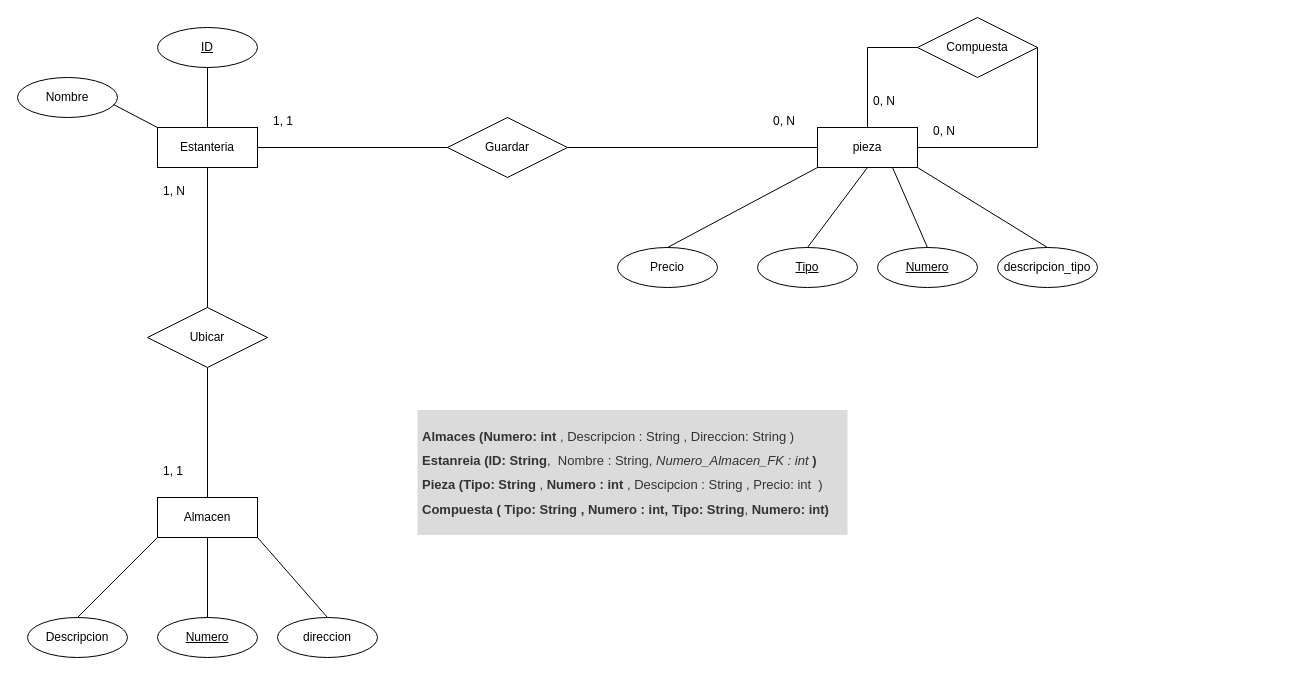
jordimall/jmg-tsys-ta12diagramasER-drawio-111023 keeps this draw.io diagram as Actividad_05_C3_UD12.drawio. Above is the earlier version. Source tidied: cells renumbered, new cells numbered last; positions are measured from the earlier drawing's top-left corner, leaving out a move shared by most shapes. Both pictures are drawn from the tidied source at 100%, with x=0, y=0 at pixel (17, 17).
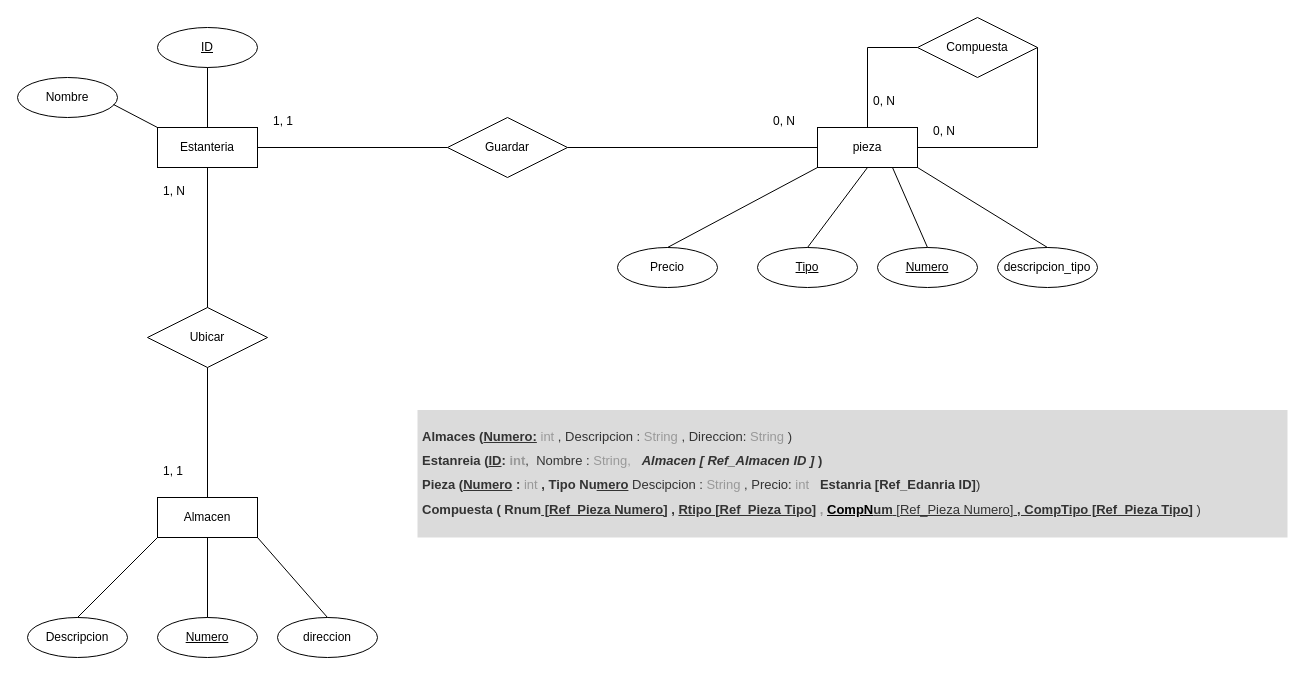
The same diagram, later.

The edit, as a diff of the source:
```diff
@@
-    <mxCell id="38" value="&lt;h1 style=&quot;font-size: 13px;&quot;&gt;&lt;span style=&quot;background-color: initial;&quot;&gt;Almaces (Numero: int&lt;/span&gt;&lt;span style=&quot;background-color: initial; font-weight: normal;&quot;&gt; , Descripcion : String , Direccion: String )&lt;/span&gt;&lt;/h1&gt;&lt;div&gt;&lt;h1 style=&quot;border-color: var(--border-color); font-size: 13px;&quot;&gt;&lt;font style=&quot;border-color: var(--border-color);&quot;&gt;Estanreia (ID: String&lt;/font&gt;&lt;font style=&quot;border-color: var(--border-color); font-weight: normal;&quot;&gt;,&amp;nbsp; Nombre : String,&amp;nbsp;&lt;/font&gt;&lt;i style=&quot;font-weight: normal;&quot;&gt;Numero_Almacen_FK : int &lt;/i&gt;)&lt;/h1&gt;&lt;/div&gt;&lt;h1 style=&quot;font-size: 13px;&quot;&gt;&lt;font style=&quot;font-size: 13px;&quot;&gt;Pieza (Tipo: String&lt;/font&gt;&lt;font style=&quot;font-weight: normal; font-size: 13px;&quot;&gt; , &lt;/font&gt;&lt;font style=&quot;font-size: 13px;&quot;&gt;Numero : int&lt;/font&gt;&lt;font style=&quot;font-weight: normal; font-size: 13px;&quot;&gt; , Descipcion : String , Precio: int &amp;nbsp;)&lt;/font&gt;&lt;/h1&gt;&lt;h1 style=&quot;font-size: 13px;&quot;&gt;&lt;font style=&quot;font-size: 13px;&quot;&gt;Compuesta (&amp;nbsp;&lt;/font&gt;&lt;font style=&quot;background-color: initial; border-color: var(--border-color);&quot;&gt;Tipo: String&lt;/font&gt;&lt;font style=&quot;background-color: initial; border-color: var(--border-color);&quot;&gt;&amp;nbsp;,&amp;nbsp;&lt;/font&gt;&lt;font style=&quot;background-color: initial; border-color: var(--border-color);&quot;&gt;Numero : int,&lt;/font&gt;&lt;font style=&quot;background-color: initial; font-weight: normal; border-color: var(--border-color);&quot;&gt;&amp;nbsp;&lt;/font&gt;&lt;font style=&quot;background-color: initial; border-color: var(--border-color);&quot;&gt;Tipo: String&lt;/font&gt;&lt;font style=&quot;background-color: initial; font-weight: normal; border-color: var(--border-color);&quot;&gt;,&amp;nbsp;&lt;/font&gt;&lt;font style=&quot;background-color: initial; border-color: var(--border-color);&quot;&gt;Numero: int&lt;/font&gt;&lt;span style=&quot;background-color: initial;&quot;&gt;)&amp;nbsp;&lt;/span&gt;&lt;/h1&gt;" style="text;html=1;strokeColor=none;fillColor=#dbdbdb;spacing=5;spacingTop=0;whiteSpace=wrap;overflow=hidden;rounded=0;fontColor=#333333;" parent="1" vertex="1">
-      <mxGeometry x="400" y="392.5" width="430" height="125" as="geometry" />
+    <mxCell id="38" value="&lt;h1 style=&quot;font-size: 13px;&quot;&gt;&lt;span style=&quot;background-color: initial;&quot;&gt;Almaces (&lt;u&gt;Numero:&lt;/u&gt;&lt;font color=&quot;#999999&quot;&gt; &lt;span style=&quot;font-weight: normal;&quot;&gt;int&lt;/span&gt;&lt;/font&gt;&lt;/span&gt;&lt;span style=&quot;background-color: initial; font-weight: normal;&quot;&gt; , Descripcion :&lt;font color=&quot;#999999&quot;&gt; String &lt;/font&gt;, Direccion: &lt;font color=&quot;#999999&quot;&gt;String&lt;/font&gt; )&lt;/span&gt;&lt;/h1&gt;&lt;div&gt;&lt;h1 style=&quot;border-color: var(--border-color); font-size: 13px;&quot;&gt;&lt;font style=&quot;border-color: var(--border-color);&quot;&gt;Estanreia (&lt;u&gt;ID&lt;/u&gt;: &lt;font color=&quot;#999999&quot;&gt;int&lt;/font&gt;&lt;/font&gt;&lt;font style=&quot;border-color: var(--border-color);&quot;&gt;&lt;span style=&quot;font-weight: normal;&quot;&gt;,&amp;nbsp; Nombre : &lt;/span&gt;&lt;font style=&quot;font-weight: normal;&quot; color=&quot;#999999&quot;&gt;String,&amp;nbsp;&amp;nbsp;&lt;/font&gt;&amp;nbsp;&lt;/font&gt;&lt;i style=&quot;&quot;&gt;Almacen [ Ref_Almacen ID ] &lt;/i&gt;)&lt;/h1&gt;&lt;/div&gt;&lt;h1 style=&quot;font-size: 13px;&quot;&gt;&lt;font style=&quot;font-size: 13px;&quot;&gt;Pieza (&lt;/font&gt;&lt;font style=&quot;font-size: 13px;&quot;&gt;&lt;u&gt;Numero&lt;/u&gt; :&lt;span style=&quot;font-weight: normal;&quot;&gt; &lt;font color=&quot;#999999&quot;&gt;int&lt;/font&gt;&lt;/span&gt;&lt;/font&gt;&lt;font style=&quot;font-size: 13px;&quot;&gt; , Tipo Nu&lt;u&gt;mero&lt;/u&gt; &lt;/font&gt;&lt;font style=&quot;font-size: 13px;&quot;&gt;&lt;span style=&quot;font-weight: normal;&quot;&gt;Descipcion : &lt;/span&gt;&lt;font style=&quot;font-weight: normal;&quot; color=&quot;#999999&quot;&gt;String &lt;/font&gt;&lt;span style=&quot;font-weight: normal;&quot;&gt;, Precio:&lt;/span&gt;&lt;font style=&quot;font-weight: normal;&quot; color=&quot;#999999&quot;&gt; int&amp;nbsp;&amp;nbsp;&lt;/font&gt;&amp;nbsp;Estanria [Ref_Edanria ID]&lt;/font&gt;&lt;font style=&quot;font-weight: normal; font-size: 13px;&quot;&gt;)&lt;/font&gt;&lt;/h1&gt;&lt;h1 style=&quot;font-size: 13px;&quot;&gt;&lt;font style=&quot;font-size: 13px;&quot;&gt;Compuesta ( Rnum&lt;u&gt;&amp;nbsp;[Ref_Pieza Numero]&lt;/u&gt;&amp;nbsp;, &lt;u&gt;Rtipo [Ref_Pieza Tipo]&lt;/u&gt;&lt;/font&gt;&lt;font style=&quot;background-color: initial; border-color: var(--border-color);&quot;&gt;&lt;font style=&quot;&quot; color=&quot;#999999&quot;&gt;&amp;nbsp;, &lt;/font&gt;&lt;font color=&quot;#000000&quot;&gt;&lt;u&gt;CompN&lt;/u&gt;&lt;/font&gt;&lt;/font&gt;&lt;u&gt;um&lt;span style=&quot;background-color: initial; font-weight: normal; border-color: var(--border-color);&quot;&gt;&amp;nbsp;&lt;/span&gt;&lt;span style=&quot;background-color: initial; font-weight: normal; border-color: var(--border-color);&quot;&gt;[Ref_Pieza Numero]&lt;/span&gt;&amp;nbsp;, CompTipo [Ref_Pieza Tipo]&lt;/u&gt;&lt;font style=&quot;background-color: initial; font-weight: normal; border-color: var(--border-color);&quot;&gt;&amp;nbsp;&lt;/font&gt;&lt;span style=&quot;background-color: initial; font-weight: normal;&quot;&gt;)&amp;nbsp;&lt;/span&gt;&lt;/h1&gt;" style="text;html=1;strokeColor=none;fillColor=#dbdbdb;spacing=5;spacingTop=0;whiteSpace=wrap;overflow=hidden;rounded=0;fontColor=#333333;" parent="1" vertex="1">
+      <mxGeometry x="400" y="392.5" width="870" height="127.5" as="geometry" />
     </mxCell>
```
